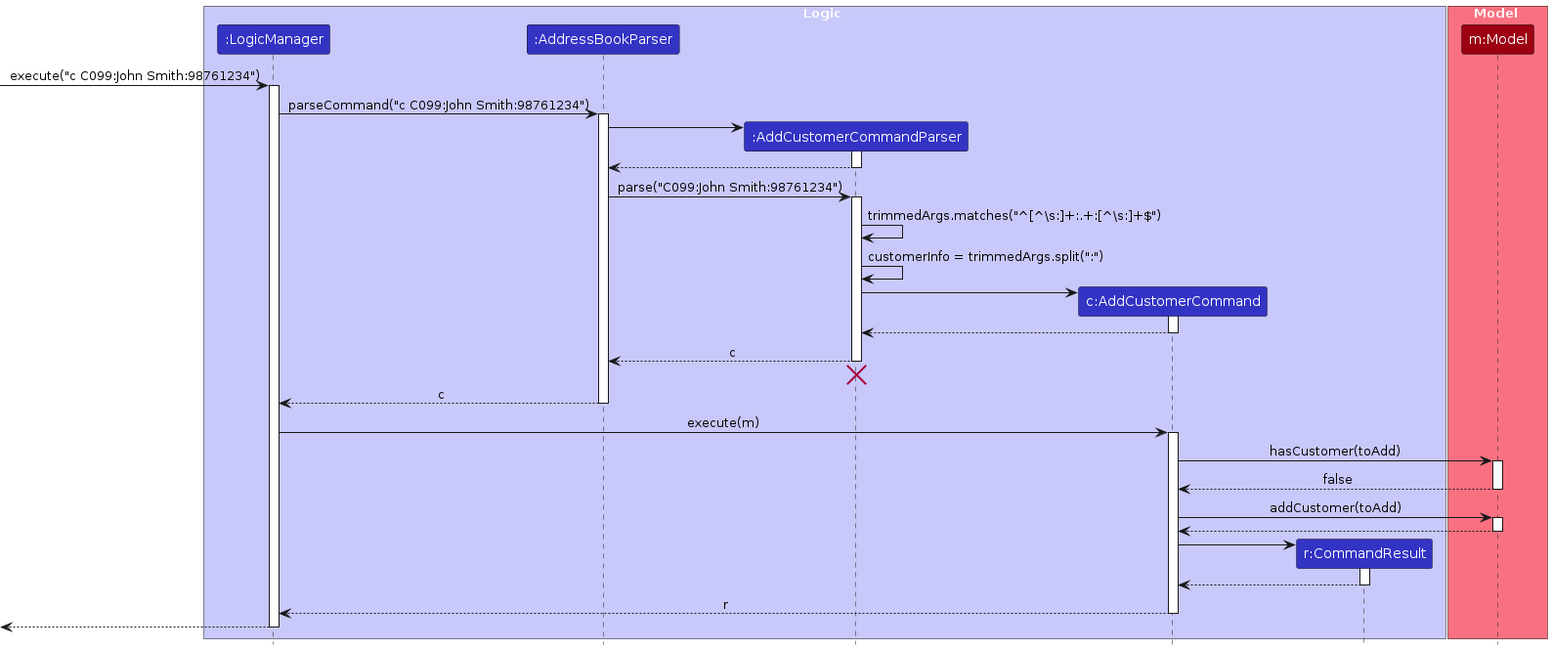
This is diagrams/CustomerShortcutCommandSequenceDiagram.png from loyaltypollution/tp, a PlantUML export, as it was before one commit. Its source is kept beside it as diagrams/CustomerShortcutCommandSequenceDiagram.puml.
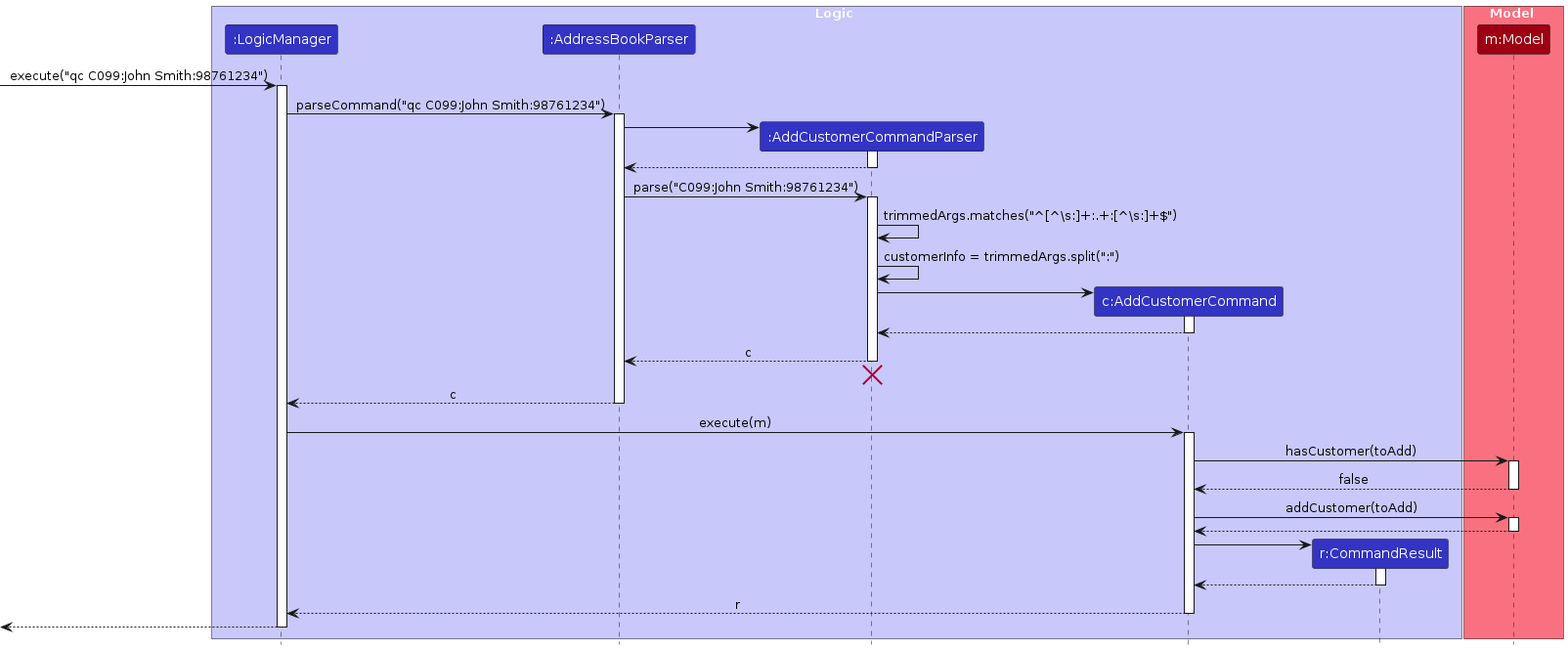
The same file after the commit.

The edit, as a diff of the source:
```diff
@@ -14,10 +14,10 @@
 participant "m:Model" as Model MODEL_COLOR
 end box
 
-[-> LogicManager : execute("c C099:John Smith:98761234")
+[-> LogicManager : execute("qc C099:John Smith:98761234")
 activate LogicManager
 
-LogicManager -> CafeConnectParser : parseCommand("c C099:John Smith:98761234")
+LogicManager -> CafeConnectParser : parseCommand("qc C099:John Smith:98761234")
 activate CafeConnectParser
 
 create AddCustomerCommandParser
```
